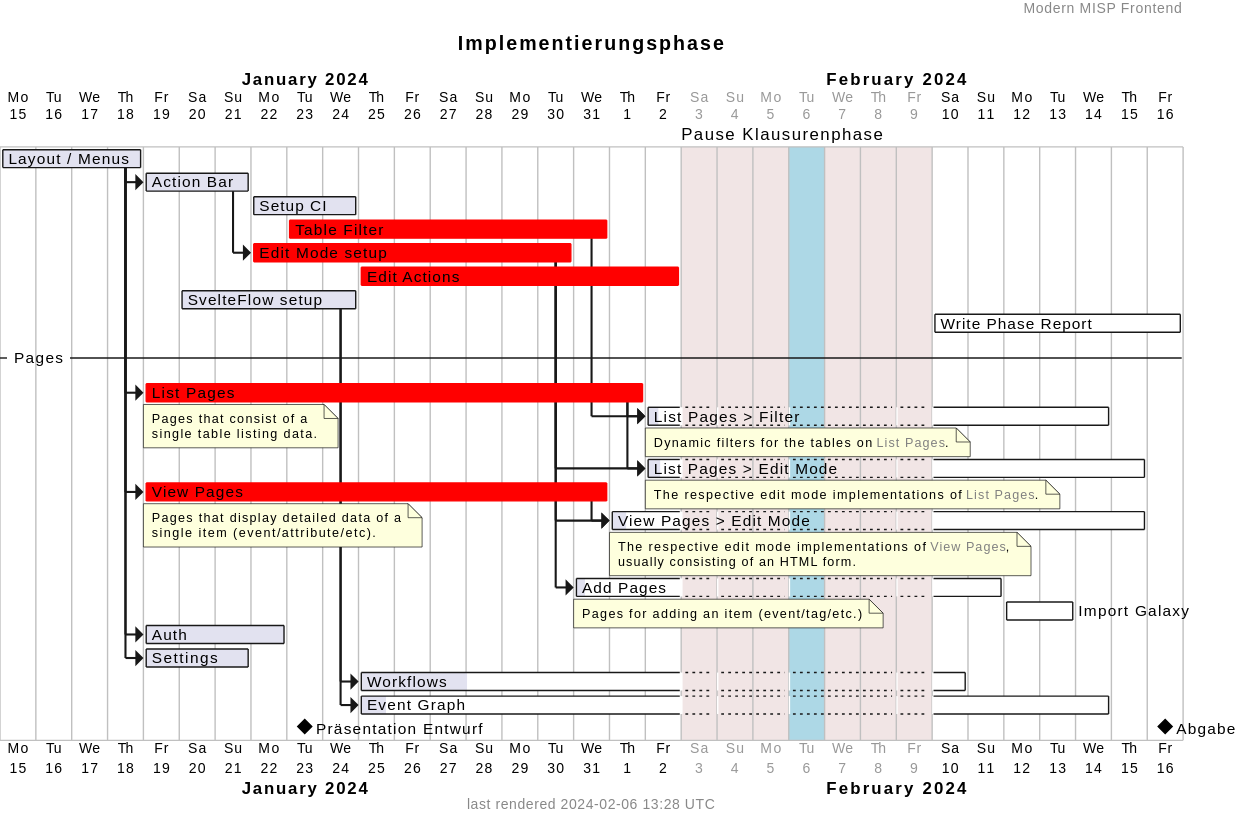
Modern-MISP/frontend keeps this PlantUML diagram as docs/implementation_report/docs/ganttChart.svg. Above is the earlier version.
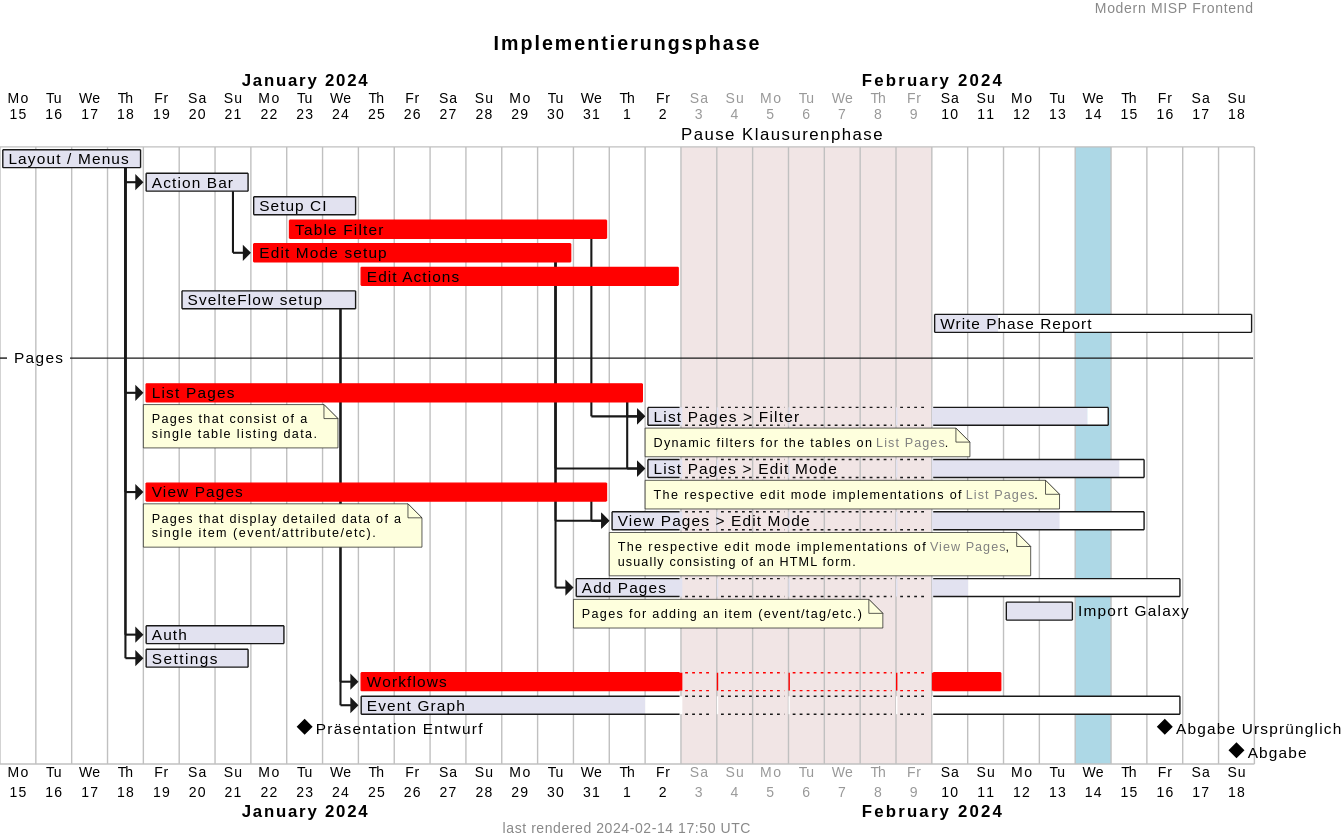
The same file after the commit.

Commit message:
Auto-generated docs for 'fix embedding of gantt chart in implementation report'

Diff of the diagram source:
```diff
@@ -14,18 +14,18 @@
 [Edit Mode setup] requires 9 days and is 100% complete and is colored in red
 [Edit Actions] requires 9 days and is 100% complete and is colored in red
 [SvelteFlow setup] requires 5 days and is 100% complete
-[Write Phase Report] requires 7 days and is 0% complete
+[Write Phase Report] requires 9 days and is 20% complete
 -- Pages --
 [List Pages] requires 14 days and is 100% complete and is colored in red
 note bottom
     Pages that consist of a
     single table listing data.
 end note
-[List Pages > Filter] requires 6 days and is 5% complete
+[List Pages > Filter] requires 6 days and is 90% complete
 note bottom
     Dynamic filters for the tables on <color:gray>List Pages</color>.
 end note
-[List Pages > Edit Mode] requires 7 days and is 5% complete
+[List Pages > Edit Mode] requires 7 days and is 90% complete
 note bottom
     The respective edit mode implementations of <color:gray>List Pages</color>.
 end note
@@ -34,20 +34,20 @@
     Pages that display detailed data of a
     single item (event/attribute/etc).
 end note
-[View Pages > Edit Mode] requires 8 days and is 5% complete
+[View Pages > Edit Mode] requires 8 days and is 70% complete
 note bottom
     The respective edit mode implementations of <color:gray>View Pages</color>,
     usually consisting of an HTML form.
 end note
-[Add Pages] requires 5 days and is 5% complete
+[Add Pages] requires 10 days and is 40% complete
 note bottom
     Pages for adding an item (event/tag/etc.)
 end note
-[Import Galaxy] requires 2 days and is 0% complete
+[Import Galaxy] requires 2 days and is 100% complete
 [Auth] requires 4 days
 [Settings] requires 3 days
-[Workflows] requires 10 days and is 30% complete
-[Event Graph] requires 14 days and is 5% complete
+[Workflows] requires 11 days and is 100% complete and is colored in red
+[Event Graph] requires 16 days and is 50% complete
 
 Project starts 2024-01-15
 [Layout / Menus] starts at D+0
@@ -74,9 +74,10 @@
 [SvelteFlow setup] -> [Event Graph]
 2024-02-03 to 2024-02-09 is closed and are named [Pause Klausurenphase]
 [Import Galaxy] ends 2024-02-13
-[Write Phase Report] ends at 2024-02-16
-[Abgabe] happens at 2024-02-16
+[Write Phase Report] ends at 2024-02-18
+[Abgabe Ursprünglich] happens at 2024-02-16
+[Abgabe] happens at 2024-02-18
 
 
-[Präsentation Entwurf] displays on same row as [Abgabe]
+[Präsentation Entwurf] displays on same row as [Abgabe Ursprünglich]
 @endgantt
```
